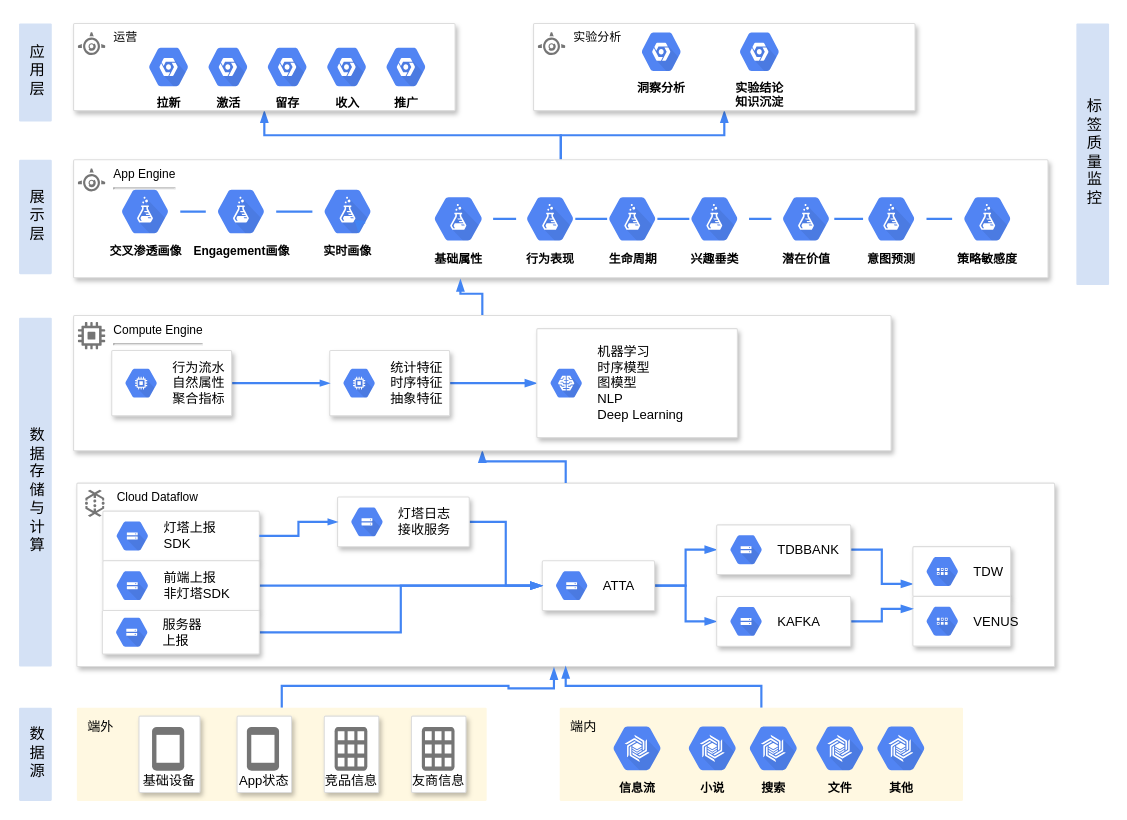
Earlier version of the draw.io diagram engineering_Diagram.drawio (feiwsteven/cython). Source tidied: cells renumbered, new cells numbered last; positions are measured from the earlier drawing's top-left corner, leaving out a move shared by most shapes. Both pictures are drawn from the tidied source at 109%, with x=0, y=0 at pixel (19, 23).
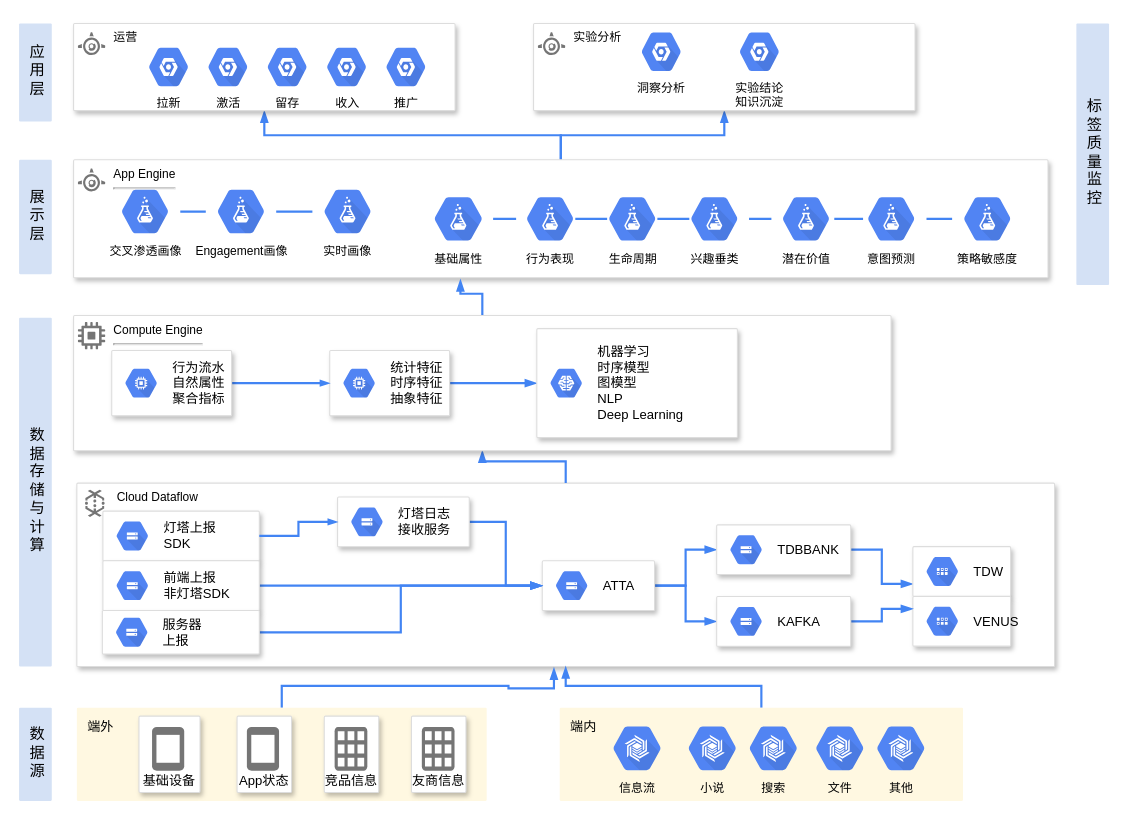
The same page after the edit.

The change refers to these unchanged cells:
```xml
<mxCell id="89" style="strokeColor=#dddddd;shadow=1;strokeWidth=1;rounded=1;absoluteArcSize=1;arcSize=2;fontSize=14;" parent="1" vertex="1">
  <mxGeometry x="50" width="350" height="80" as="geometry" />
</mxCell>
<mxCell id="97" style="strokeColor=#dddddd;shadow=1;strokeWidth=1;rounded=1;absoluteArcSize=1;arcSize=2;fontSize=14;" parent="1" vertex="1">
  <mxGeometry x="472" width="350" height="80" as="geometry" />
</mxCell>
```

Change to the diagram source:
```diff
@@
-    <mxCell id="4" style="strokeColor=#dddddd;shadow=1;strokeWidth=1;rounded=1;absoluteArcSize=1;arcSize=2;fontSize=14;" parent="1" vertex="1">
+    <mxCell id="4" style="strokeColor=#dddddd;shadow=1;strokeWidth=1;rounded=1;absoluteArcSize=1;arcSize=2;fontSize=14;fontStyle=1;" parent="1" vertex="1">
       <mxGeometry x="50" y="125.1" width="894" height="108.2" as="geometry" />
     </mxCell>
@@
-    <mxCell id="7" value="&lt;font color=&quot;#000000&quot;&gt;实时画像&lt;/font&gt;" style="sketch=0;html=1;fillColor=#5184F3;strokeColor=none;verticalAlign=top;labelPosition=center;verticalLabelPosition=bottom;align=center;spacingTop=-6;fontSize=11;fontStyle=1;fontColor=#999999;shape=mxgraph.gcp2.hexIcon;prIcon=cloud_datalab;" parent="4" vertex="1">
+    <mxCell id="7" value="&lt;font color=&quot;#000000&quot; style=&quot;font-weight: normal&quot;&gt;实时画像&lt;/font&gt;" style="sketch=0;html=1;fillColor=#5184F3;strokeColor=none;verticalAlign=top;labelPosition=center;verticalLabelPosition=bottom;align=center;spacingTop=-6;fontSize=11;fontStyle=1;fontColor=#999999;shape=mxgraph.gcp2.hexIcon;prIcon=cloud_datalab;" parent="4" vertex="1">
       <mxGeometry x="219.1" y="18.2" width="64.6" height="58.5" as="geometry" />
     </mxCell>
-    <mxCell id="8" value="&lt;font color=&quot;#000000&quot;&gt;Engagement画像&lt;/font&gt;" style="sketch=0;html=1;fillColor=#5184F3;strokeColor=none;verticalAlign=top;labelPosition=center;verticalLabelPosition=bottom;align=center;spacingTop=-6;fontSize=11;fontStyle=1;fontColor=#999999;shape=mxgraph.gcp2.hexIcon;prIcon=cloud_datalab;" parent="4" vertex="1">
+    <mxCell id="8" value="&lt;font color=&quot;#000000&quot; style=&quot;font-weight: normal&quot;&gt;Engagement画像&lt;/font&gt;" style="sketch=0;html=1;fillColor=#5184F3;strokeColor=none;verticalAlign=top;labelPosition=center;verticalLabelPosition=bottom;align=center;spacingTop=-6;fontSize=11;fontStyle=1;fontColor=#999999;shape=mxgraph.gcp2.hexIcon;prIcon=cloud_datalab;" parent="4" vertex="1">
       <mxGeometry x="121.3" y="18.2" width="64.6" height="58.5" as="geometry" />
     </mxCell>
@@
-    <mxCell id="10" value="&lt;font color=&quot;#000000&quot;&gt;交叉渗透画像&lt;/font&gt;" style="sketch=0;html=1;fillColor=#5184F3;strokeColor=none;verticalAlign=top;labelPosition=center;verticalLabelPosition=bottom;align=center;spacingTop=-6;fontSize=11;fontStyle=1;fontColor=#999999;shape=mxgraph.gcp2.hexIcon;prIcon=cloud_datalab;" parent="4" vertex="1">
+    <mxCell id="10" value="&lt;font color=&quot;#000000&quot; style=&quot;font-weight: normal&quot;&gt;交叉渗透画像&lt;/font&gt;" style="sketch=0;html=1;fillColor=#5184F3;strokeColor=none;verticalAlign=top;labelPosition=center;verticalLabelPosition=bottom;align=center;spacingTop=-6;fontSize=11;fontStyle=1;fontColor=#999999;shape=mxgraph.gcp2.hexIcon;prIcon=cloud_datalab;" parent="4" vertex="1">
       <mxGeometry x="33.3" y="18.2" width="64.6" height="58.5" as="geometry" />
     </mxCell>
@@
-    <mxCell id="12" value="&lt;font color=&quot;#000000&quot;&gt;行为表现&lt;/font&gt;" style="sketch=0;html=1;fillColor=#5184F3;strokeColor=none;verticalAlign=top;labelPosition=center;verticalLabelPosition=bottom;align=center;spacingTop=-6;fontSize=11;fontStyle=1;fontColor=#999999;shape=mxgraph.gcp2.hexIcon;prIcon=cloud_datalab;" parent="4" vertex="1">
+    <mxCell id="12" value="&lt;font color=&quot;#000000&quot; style=&quot;font-weight: normal&quot;&gt;行为表现&lt;/font&gt;" style="sketch=0;html=1;fillColor=#5184F3;strokeColor=none;verticalAlign=top;labelPosition=center;verticalLabelPosition=bottom;align=center;spacingTop=-6;fontSize=11;fontStyle=1;fontColor=#999999;shape=mxgraph.gcp2.hexIcon;prIcon=cloud_datalab;" parent="4" vertex="1">
       <mxGeometry x="404.9" y="24.9" width="64.6" height="58.5" as="geometry" />
     </mxCell>
-    <mxCell id="13" value="&lt;font color=&quot;#000000&quot;&gt;生命周期&lt;/font&gt;" style="sketch=0;html=1;fillColor=#5184F3;strokeColor=none;verticalAlign=top;labelPosition=center;verticalLabelPosition=bottom;align=center;spacingTop=-6;fontSize=11;fontStyle=1;fontColor=#999999;shape=mxgraph.gcp2.hexIcon;prIcon=cloud_datalab;" parent="4" vertex="1">
+    <mxCell id="13" value="&lt;font color=&quot;#000000&quot; style=&quot;font-weight: normal&quot;&gt;生命周期&lt;/font&gt;" style="sketch=0;html=1;fillColor=#5184F3;strokeColor=none;verticalAlign=top;labelPosition=center;verticalLabelPosition=bottom;align=center;spacingTop=-6;fontSize=11;fontStyle=1;fontColor=#999999;shape=mxgraph.gcp2.hexIcon;prIcon=cloud_datalab;" parent="4" vertex="1">
       <mxGeometry x="480.3" y="24.9" width="64.6" height="58.5" as="geometry" />
     </mxCell>
@@
-    <mxCell id="15" value="&lt;font color=&quot;#000000&quot;&gt;兴趣垂类&lt;/font&gt;" style="sketch=0;html=1;fillColor=#5184F3;strokeColor=none;verticalAlign=top;labelPosition=center;verticalLabelPosition=bottom;align=center;spacingTop=-6;fontSize=11;fontStyle=1;fontColor=#999999;shape=mxgraph.gcp2.hexIcon;prIcon=cloud_datalab;" parent="4" vertex="1">
+    <mxCell id="15" value="&lt;font color=&quot;#000000&quot; style=&quot;font-weight: normal&quot;&gt;兴趣垂类&lt;/font&gt;" style="sketch=0;html=1;fillColor=#5184F3;strokeColor=none;verticalAlign=top;labelPosition=center;verticalLabelPosition=bottom;align=center;spacingTop=-6;fontSize=11;fontStyle=1;fontColor=#999999;shape=mxgraph.gcp2.hexIcon;prIcon=cloud_datalab;" parent="4" vertex="1">
       <mxGeometry x="555.6" y="24.9" width="64.6" height="58.5" as="geometry" />
     </mxCell>
@@
-    <mxCell id="17" value="&lt;font color=&quot;#000000&quot;&gt;潜在价值&lt;/font&gt;" style="sketch=0;html=1;fillColor=#5184F3;strokeColor=none;verticalAlign=top;labelPosition=center;verticalLabelPosition=bottom;align=center;spacingTop=-6;fontSize=11;fontStyle=1;fontColor=#999999;shape=mxgraph.gcp2.hexIcon;prIcon=cloud_datalab;" parent="4" vertex="1">
+    <mxCell id="17" value="&lt;font color=&quot;#000000&quot; style=&quot;font-weight: normal&quot;&gt;潜在价值&lt;/font&gt;" style="sketch=0;html=1;fillColor=#5184F3;strokeColor=none;verticalAlign=top;labelPosition=center;verticalLabelPosition=bottom;align=center;spacingTop=-6;fontSize=11;fontStyle=1;fontColor=#999999;shape=mxgraph.gcp2.hexIcon;prIcon=cloud_datalab;" parent="4" vertex="1">
       <mxGeometry x="639.7" y="24.9" width="64.6" height="58.5" as="geometry" />
     </mxCell>
@@
-    <mxCell id="19" value="&lt;font color=&quot;#000000&quot;&gt;意图预测&lt;/font&gt;" style="sketch=0;html=1;fillColor=#5184F3;strokeColor=none;verticalAlign=top;labelPosition=center;verticalLabelPosition=bottom;align=center;spacingTop=-6;fontSize=11;fontStyle=1;fontColor=#999999;shape=mxgraph.gcp2.hexIcon;prIcon=cloud_datalab;" parent="4" vertex="1">
+    <mxCell id="19" value="&lt;font color=&quot;#000000&quot; style=&quot;font-weight: normal&quot;&gt;意图预测&lt;/font&gt;" style="sketch=0;html=1;fillColor=#5184F3;strokeColor=none;verticalAlign=top;labelPosition=center;verticalLabelPosition=bottom;align=center;spacingTop=-6;fontSize=11;fontStyle=1;fontColor=#999999;shape=mxgraph.gcp2.hexIcon;prIcon=cloud_datalab;" parent="4" vertex="1">
       <mxGeometry x="717.9" y="24.9" width="64.6" height="58.5" as="geometry" />
     </mxCell>
@@
-    <mxCell id="21" value="&lt;font color=&quot;#000000&quot;&gt;策略敏感度&lt;/font&gt;" style="sketch=0;html=1;fillColor=#5184F3;strokeColor=none;verticalAlign=top;labelPosition=center;verticalLabelPosition=bottom;align=center;spacingTop=-6;fontSize=11;fontStyle=1;fontColor=#999999;shape=mxgraph.gcp2.hexIcon;prIcon=cloud_datalab;" parent="4" vertex="1">
+    <mxCell id="21" value="&lt;font color=&quot;#000000&quot; style=&quot;font-weight: normal&quot;&gt;策略敏感度&lt;/font&gt;" style="sketch=0;html=1;fillColor=#5184F3;strokeColor=none;verticalAlign=top;labelPosition=center;verticalLabelPosition=bottom;align=center;spacingTop=-6;fontSize=11;fontStyle=1;fontColor=#999999;shape=mxgraph.gcp2.hexIcon;prIcon=cloud_datalab;" parent="4" vertex="1">
       <mxGeometry x="806" y="24.9" width="64.6" height="58.5" as="geometry" />
     </mxCell>
@@
-    <mxCell id="23" style="edgeStyle=orthogonalEdgeStyle;rounded=0;orthogonalLoop=1;jettySize=auto;html=1;exitX=0.75;exitY=0.67;exitDx=0;exitDy=0;exitPerimeter=0;entryX=0.66;entryY=0.83;entryDx=0;entryDy=0;entryPerimeter=0;fontSize=14;fontColor=#000000;endArrow=blockThin;endFill=1;strokeColor=#4284F3;strokeWidth=2;" parent="4" edge="1" source="7" target="7">
-      <mxGeometry relative="1" as="geometry" />
-    </mxCell>
@@
-    <mxCell id="70" value="&lt;font color=&quot;#000000&quot;&gt;信息流&lt;/font&gt;" style="sketch=0;html=1;fillColor=#5184F3;strokeColor=none;verticalAlign=top;labelPosition=center;verticalLabelPosition=bottom;align=center;spacingTop=-6;fontSize=11;fontStyle=1;fontColor=#999999;shape=mxgraph.gcp2.hexIcon;prIcon=cloud_bigtable;" parent="1" vertex="1">
+    <mxCell id="70" value="&lt;font color=&quot;#000000&quot; style=&quot;font-weight: normal&quot;&gt;信息流&lt;/font&gt;" style="sketch=0;html=1;fillColor=#5184F3;strokeColor=none;verticalAlign=top;labelPosition=center;verticalLabelPosition=bottom;align=center;spacingTop=-6;fontSize=11;fontStyle=1;fontColor=#999999;shape=mxgraph.gcp2.hexIcon;prIcon=cloud_bigtable;" parent="1" vertex="1">
       <mxGeometry x="534" y="635.5" width="66" height="59" as="geometry" />
     </mxCell>
-    <mxCell id="71" value="&lt;font color=&quot;#000000&quot;&gt;小说&lt;/font&gt;" style="sketch=0;html=1;fillColor=#5184F3;strokeColor=none;verticalAlign=top;labelPosition=center;verticalLabelPosition=bottom;align=center;spacingTop=-6;fontSize=11;fontStyle=1;fontColor=#999999;shape=mxgraph.gcp2.hexIcon;prIcon=cloud_bigtable;" parent="1" vertex="1">
+    <mxCell id="71" value="&lt;font color=&quot;#000000&quot; style=&quot;font-weight: normal&quot;&gt;小说&lt;/font&gt;" style="sketch=0;html=1;fillColor=#5184F3;strokeColor=none;verticalAlign=top;labelPosition=center;verticalLabelPosition=bottom;align=center;spacingTop=-6;fontSize=11;fontStyle=1;fontColor=#999999;shape=mxgraph.gcp2.hexIcon;prIcon=cloud_bigtable;" parent="1" vertex="1">
       <mxGeometry x="603" y="635.5" width="66" height="59" as="geometry" />
     </mxCell>
-    <mxCell id="72" value="&lt;font color=&quot;#000000&quot;&gt;搜索&lt;/font&gt;" style="sketch=0;html=1;fillColor=#5184F3;strokeColor=none;verticalAlign=top;labelPosition=center;verticalLabelPosition=bottom;align=center;spacingTop=-6;fontSize=11;fontStyle=1;fontColor=#999999;shape=mxgraph.gcp2.hexIcon;prIcon=cloud_bigtable;" parent="1" vertex="1">
+    <mxCell id="72" value="&lt;font color=&quot;#000000&quot; style=&quot;font-weight: normal&quot;&gt;搜索&lt;/font&gt;" style="sketch=0;html=1;fillColor=#5184F3;strokeColor=none;verticalAlign=top;labelPosition=center;verticalLabelPosition=bottom;align=center;spacingTop=-6;fontSize=11;fontStyle=1;fontColor=#999999;shape=mxgraph.gcp2.hexIcon;prIcon=cloud_bigtable;" parent="1" vertex="1">
       <mxGeometry x="659" y="635.5" width="66" height="59" as="geometry" />
     </mxCell>
-    <mxCell id="73" value="&lt;font color=&quot;#000000&quot;&gt;文件&lt;/font&gt;" style="sketch=0;html=1;fillColor=#5184F3;strokeColor=none;verticalAlign=top;labelPosition=center;verticalLabelPosition=bottom;align=center;spacingTop=-6;fontSize=11;fontStyle=1;fontColor=#999999;shape=mxgraph.gcp2.hexIcon;prIcon=cloud_bigtable;" parent="1" vertex="1">
+    <mxCell id="73" value="&lt;font color=&quot;#000000&quot; style=&quot;font-weight: normal&quot;&gt;文件&lt;/font&gt;" style="sketch=0;html=1;fillColor=#5184F3;strokeColor=none;verticalAlign=top;labelPosition=center;verticalLabelPosition=bottom;align=center;spacingTop=-6;fontSize=11;fontStyle=1;fontColor=#999999;shape=mxgraph.gcp2.hexIcon;prIcon=cloud_bigtable;" parent="1" vertex="1">
       <mxGeometry x="720" y="635.5" width="66" height="59" as="geometry" />
     </mxCell>
-    <mxCell id="74" value="&lt;font color=&quot;#000000&quot;&gt;其他&lt;/font&gt;" style="sketch=0;html=1;fillColor=#5184F3;strokeColor=none;verticalAlign=top;labelPosition=center;verticalLabelPosition=bottom;align=center;spacingTop=-6;fontSize=11;fontStyle=1;fontColor=#999999;shape=mxgraph.gcp2.hexIcon;prIcon=cloud_bigtable;" parent="1" vertex="1">
+    <mxCell id="74" value="&lt;font color=&quot;#000000&quot; style=&quot;font-weight: normal&quot;&gt;其他&lt;/font&gt;" style="sketch=0;html=1;fillColor=#5184F3;strokeColor=none;verticalAlign=top;labelPosition=center;verticalLabelPosition=bottom;align=center;spacingTop=-6;fontSize=11;fontStyle=1;fontColor=#999999;shape=mxgraph.gcp2.hexIcon;prIcon=cloud_bigtable;" parent="1" vertex="1">
       <mxGeometry x="776" y="635.5" width="66" height="59" as="geometry" />
     </mxCell>
@@
-    <mxCell id="85" value="&lt;font color=&quot;#000000&quot;&gt;基础属性&lt;/font&gt;" style="sketch=0;html=1;fillColor=#5184F3;strokeColor=none;verticalAlign=top;labelPosition=center;verticalLabelPosition=bottom;align=center;spacingTop=-6;fontSize=11;fontStyle=1;fontColor=#999999;shape=mxgraph.gcp2.hexIcon;prIcon=cloud_datalab;" parent="1" vertex="1">
+    <mxCell id="85" value="&lt;font color=&quot;#000000&quot; style=&quot;font-weight: normal&quot;&gt;基础属性&lt;/font&gt;" style="sketch=0;html=1;fillColor=#5184F3;strokeColor=none;verticalAlign=top;labelPosition=center;verticalLabelPosition=bottom;align=center;spacingTop=-6;fontSize=11;fontStyle=1;fontColor=#999999;shape=mxgraph.gcp2.hexIcon;prIcon=cloud_datalab;" parent="1" vertex="1">
       <mxGeometry x="370" y="150" width="66" height="58.5" as="geometry" />
     </mxCell>
@@
-    <mxCell id="92" value="&lt;font color=&quot;#000000&quot;&gt;拉新&lt;/font&gt;" style="sketch=0;html=1;fillColor=#5184F3;strokeColor=none;verticalAlign=top;labelPosition=center;verticalLabelPosition=bottom;align=center;spacingTop=-6;fontSize=11;fontStyle=1;fontColor=#999999;shape=mxgraph.gcp2.hexIcon;prIcon=placeholder;" parent="89" vertex="1">
+    <mxCell id="92" value="&lt;font color=&quot;#000000&quot; style=&quot;font-weight: normal&quot;&gt;拉新&lt;/font&gt;" style="sketch=0;html=1;fillColor=#5184F3;strokeColor=none;verticalAlign=top;labelPosition=center;verticalLabelPosition=bottom;align=center;spacingTop=-6;fontSize=11;fontStyle=1;fontColor=#999999;shape=mxgraph.gcp2.hexIcon;prIcon=placeholder;" parent="89" vertex="1">
       <mxGeometry x="60" y="14" width="54.4" height="52" as="geometry" />
     </mxCell>
-    <mxCell id="93" value="&lt;font color=&quot;#000000&quot;&gt;激活&lt;/font&gt;" style="sketch=0;html=1;fillColor=#5184F3;strokeColor=none;verticalAlign=top;labelPosition=center;verticalLabelPosition=bottom;align=center;spacingTop=-6;fontSize=11;fontStyle=1;fontColor=#999999;shape=mxgraph.gcp2.hexIcon;prIcon=placeholder;" parent="89" vertex="1">
+    <mxCell id="93" value="&lt;font color=&quot;#000000&quot; style=&quot;font-weight: normal&quot;&gt;激活&lt;/font&gt;" style="sketch=0;html=1;fillColor=#5184F3;strokeColor=none;verticalAlign=top;labelPosition=center;verticalLabelPosition=bottom;align=center;spacingTop=-6;fontSize=11;fontStyle=1;fontColor=#999999;shape=mxgraph.gcp2.hexIcon;prIcon=placeholder;" parent="89" vertex="1">
       <mxGeometry x="114.4" y="14" width="54.4" height="52" as="geometry" />
     </mxCell>
-    <mxCell id="94" value="&lt;font color=&quot;#000000&quot;&gt;留存&lt;/font&gt;" style="sketch=0;html=1;fillColor=#5184F3;strokeColor=none;verticalAlign=top;labelPosition=center;verticalLabelPosition=bottom;align=center;spacingTop=-6;fontSize=11;fontStyle=1;fontColor=#999999;shape=mxgraph.gcp2.hexIcon;prIcon=placeholder;" parent="89" vertex="1">
+    <mxCell id="94" value="&lt;font color=&quot;#000000&quot; style=&quot;font-weight: normal&quot;&gt;留存&lt;/font&gt;" style="sketch=0;html=1;fillColor=#5184F3;strokeColor=none;verticalAlign=top;labelPosition=center;verticalLabelPosition=bottom;align=center;spacingTop=-6;fontSize=11;fontStyle=1;fontColor=#999999;shape=mxgraph.gcp2.hexIcon;prIcon=placeholder;" parent="89" vertex="1">
       <mxGeometry x="168.8" y="14" width="54.4" height="52" as="geometry" />
     </mxCell>
-    <mxCell id="95" value="&lt;font color=&quot;#000000&quot;&gt;收入&lt;/font&gt;" style="sketch=0;html=1;fillColor=#5184F3;strokeColor=none;verticalAlign=top;labelPosition=center;verticalLabelPosition=bottom;align=center;spacingTop=-6;fontSize=11;fontStyle=1;fontColor=#999999;shape=mxgraph.gcp2.hexIcon;prIcon=placeholder;" parent="89" vertex="1">
+    <mxCell id="95" value="&lt;font color=&quot;#000000&quot; style=&quot;font-weight: normal&quot;&gt;收入&lt;/font&gt;" style="sketch=0;html=1;fillColor=#5184F3;strokeColor=none;verticalAlign=top;labelPosition=center;verticalLabelPosition=bottom;align=center;spacingTop=-6;fontSize=11;fontStyle=1;fontColor=#999999;shape=mxgraph.gcp2.hexIcon;prIcon=placeholder;" parent="89" vertex="1">
       <mxGeometry x="223.3" y="14" width="54.4" height="52" as="geometry" />
     </mxCell>
-    <mxCell id="96" value="&lt;font color=&quot;#000000&quot;&gt;推广&lt;/font&gt;" style="sketch=0;html=1;fillColor=#5184F3;strokeColor=none;verticalAlign=top;labelPosition=center;verticalLabelPosition=bottom;align=center;spacingTop=-6;fontSize=11;fontStyle=1;fontColor=#999999;shape=mxgraph.gcp2.hexIcon;prIcon=placeholder;" parent="89" vertex="1">
+    <mxCell id="96" value="&lt;font color=&quot;#000000&quot; style=&quot;font-weight: normal&quot;&gt;推广&lt;/font&gt;" style="sketch=0;html=1;fillColor=#5184F3;strokeColor=none;verticalAlign=top;labelPosition=center;verticalLabelPosition=bottom;align=center;spacingTop=-6;fontSize=11;fontStyle=1;fontColor=#999999;shape=mxgraph.gcp2.hexIcon;prIcon=placeholder;" parent="89" vertex="1">
       <mxGeometry x="277.7" y="14" width="54.4" height="52" as="geometry" />
     </mxCell>
@@
-    <mxCell id="100" value="&lt;font color=&quot;#000000&quot;&gt;洞察分析&lt;/font&gt;" style="sketch=0;html=1;fillColor=#5184F3;strokeColor=none;verticalAlign=top;labelPosition=center;verticalLabelPosition=bottom;align=center;spacingTop=-6;fontSize=11;fontStyle=1;fontColor=#999999;shape=mxgraph.gcp2.hexIcon;prIcon=placeholder;" parent="97" vertex="1">
+    <mxCell id="100" value="&lt;font color=&quot;#000000&quot; style=&quot;font-weight: normal&quot;&gt;洞察分析&lt;/font&gt;" style="sketch=0;html=1;fillColor=#5184F3;strokeColor=none;verticalAlign=top;labelPosition=center;verticalLabelPosition=bottom;align=center;spacingTop=-6;fontSize=11;fontStyle=1;fontColor=#999999;shape=mxgraph.gcp2.hexIcon;prIcon=placeholder;" parent="97" vertex="1">
       <mxGeometry x="90" width="54.4" height="52" as="geometry" />
     </mxCell>
-    <mxCell id="101" value="&lt;font color=&quot;#000000&quot;&gt;实验结论&lt;br&gt;知识沉淀&lt;/font&gt;" style="sketch=0;html=1;fillColor=#5184F3;strokeColor=none;verticalAlign=top;labelPosition=center;verticalLabelPosition=bottom;align=center;spacingTop=-6;fontSize=11;fontStyle=1;fontColor=#999999;shape=mxgraph.gcp2.hexIcon;prIcon=placeholder;" parent="97" vertex="1">
+    <mxCell id="101" value="&lt;font color=&quot;#000000&quot; style=&quot;font-weight: normal&quot;&gt;实验结论&lt;br&gt;知识沉淀&lt;/font&gt;" style="sketch=0;html=1;fillColor=#5184F3;strokeColor=none;verticalAlign=top;labelPosition=center;verticalLabelPosition=bottom;align=center;spacingTop=-6;fontSize=11;fontStyle=1;fontColor=#999999;shape=mxgraph.gcp2.hexIcon;prIcon=placeholder;" parent="97" vertex="1">
       <mxGeometry x="180" width="54.4" height="52" as="geometry" />
     </mxCell>
```
